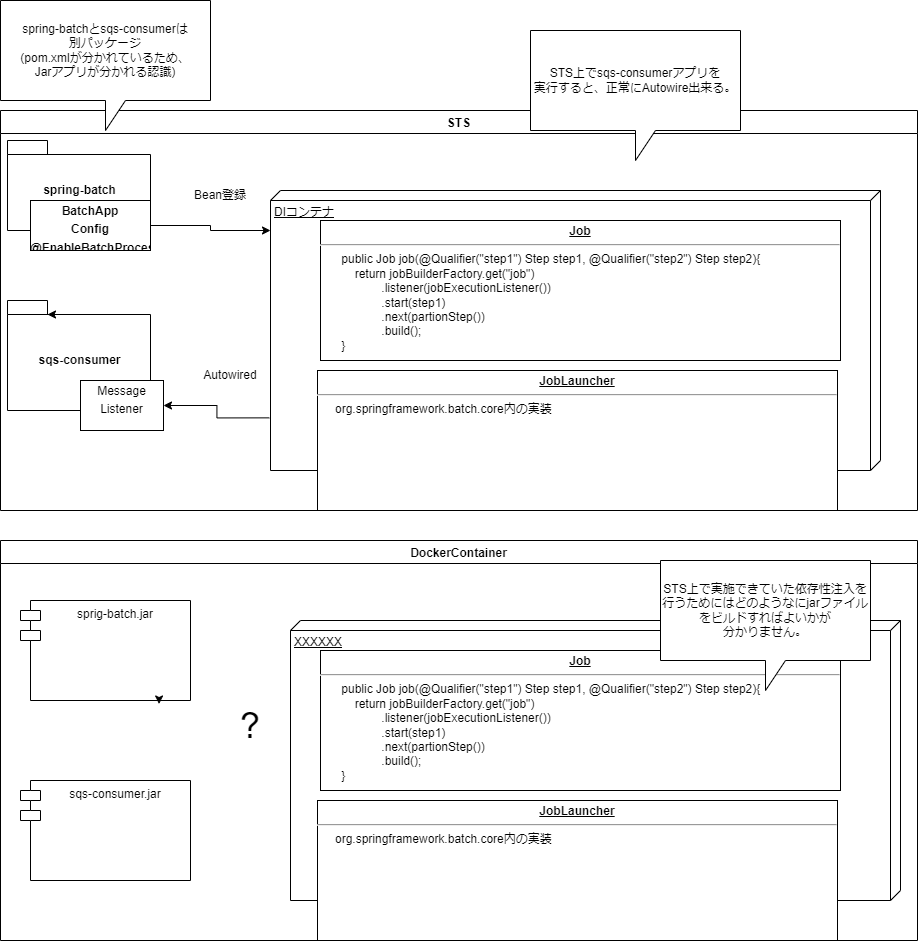
The draw.io diagram docs/image/sqs-executeonsts.png in yushin1402/aws-cloudnative-sqsapp, before a commit. Source tidied: cells renumbered, new cells last; positions are measured from the earlier drawing's top-left corner, leaving out a move shared by most shapes.
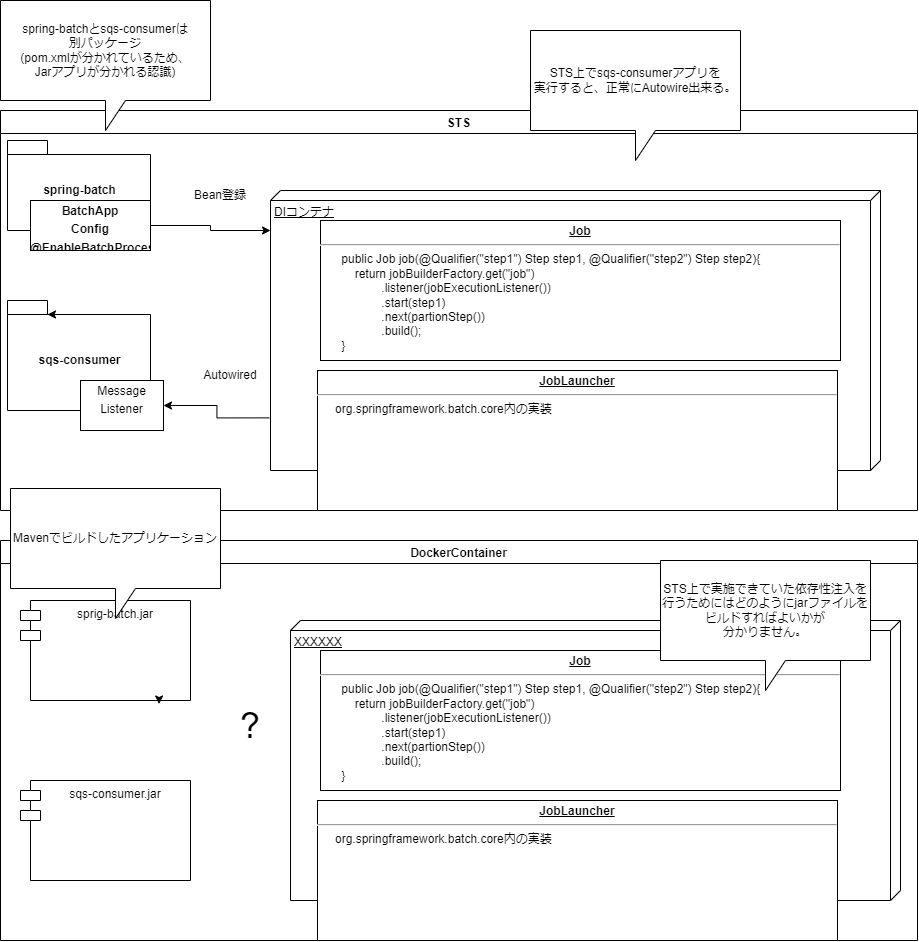
Above is the later version.

Commit message:
Dockerfile for producer app

Diff of the diagram source:
```diff
@@ -85,11 +85,14 @@
     <mxCell id="28" value="sqs-consumer.jar" style="shape=module;align=left;spacingLeft=20;align=center;verticalAlign=top;" parent="21" vertex="1">
       <mxGeometry x="20" y="240" width="170" height="100" as="geometry" />
     </mxCell>
-    <mxCell id="29" value="STS上で実施できていた依存性注入を行うためにはどのようなにjarファイルをビルドすればよいかが&lt;br&gt;分かりません。" style="shape=callout;whiteSpace=wrap;html=1;perimeter=calloutPerimeter;" parent="21" vertex="1">
+    <mxCell id="29" value="STS上で実施できていた依存性注入を行うためにはどのようにjarファイルをビルドすればよいかが&lt;br&gt;分かりません。" style="shape=callout;whiteSpace=wrap;html=1;perimeter=calloutPerimeter;" parent="21" vertex="1">
       <mxGeometry x="660" y="20" width="210" height="130" as="geometry" />
     </mxCell>
     <mxCell id="30" value="&lt;font style=&quot;font-size: 36px&quot;&gt;?&lt;/font&gt;" style="text;html=1;strokeColor=none;fillColor=none;align=center;verticalAlign=middle;whiteSpace=wrap;rounded=0;" parent="1" vertex="1">
       <mxGeometry x="220" y="710" width="60" height="30" as="geometry" />
     </mxCell>
+    <mxCell id="31" value="Mavenでビルドしたアプリケーション" style="shape=callout;whiteSpace=wrap;html=1;perimeter=calloutPerimeter;" parent="1" vertex="1">
+      <mxGeometry x="10" y="488" width="210" height="130" as="geometry" />
+    </mxCell>
   </root>
 </mxGraphModel>
```
